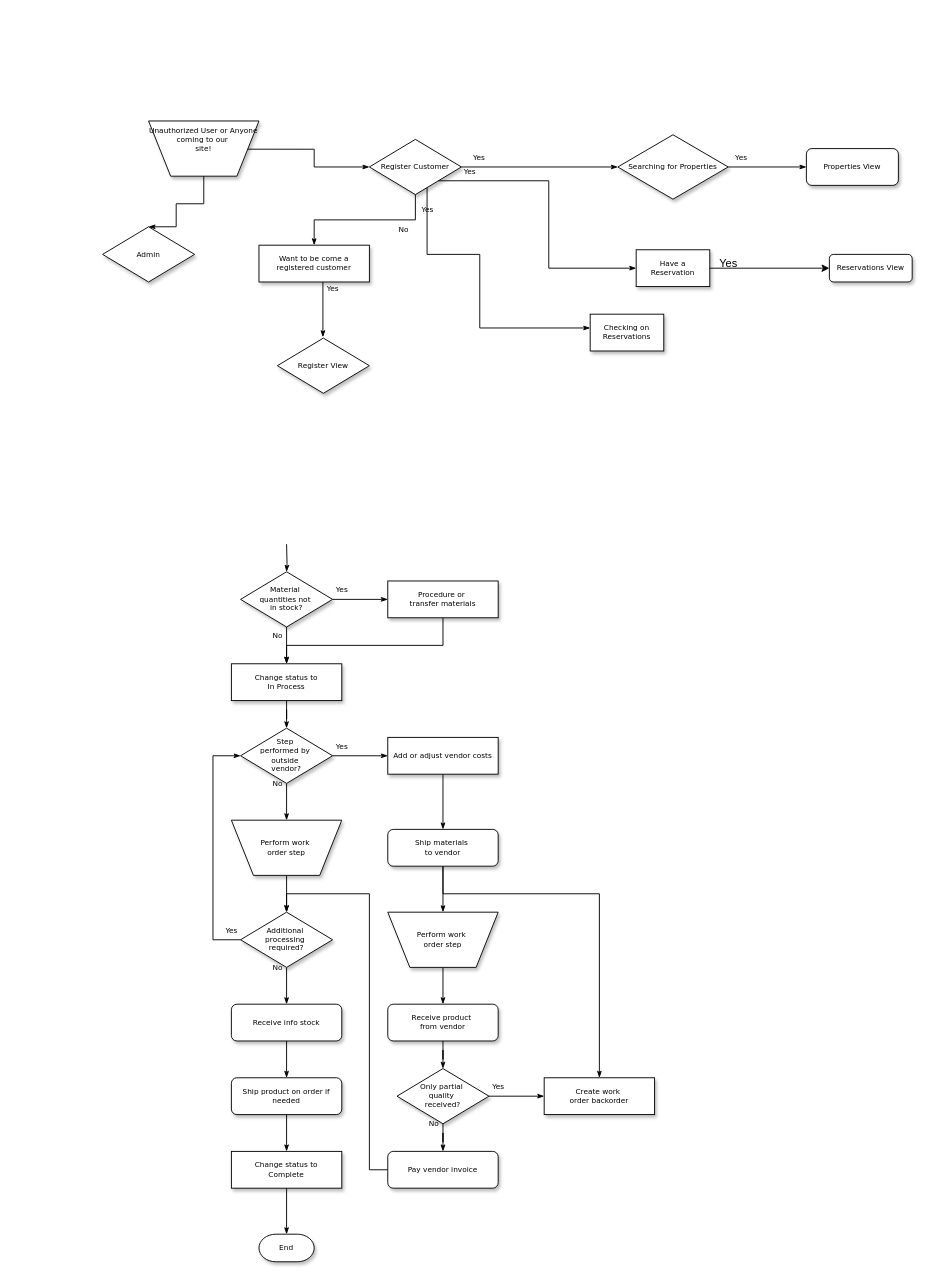
stambaughkarla/ASP.NET-Web-Dev-Competition keeps this draw.io diagram as Untitled Diagram.drawio. Above is the earlier version. Source tidied: cells renumbered, new cells numbered last; positions are measured from the earlier drawing's top-left corner, leaving out a move shared by most shapes. Both pictures are drawn from the tidied source at 92%, with x=0, y=0 at pixel (102, 121).
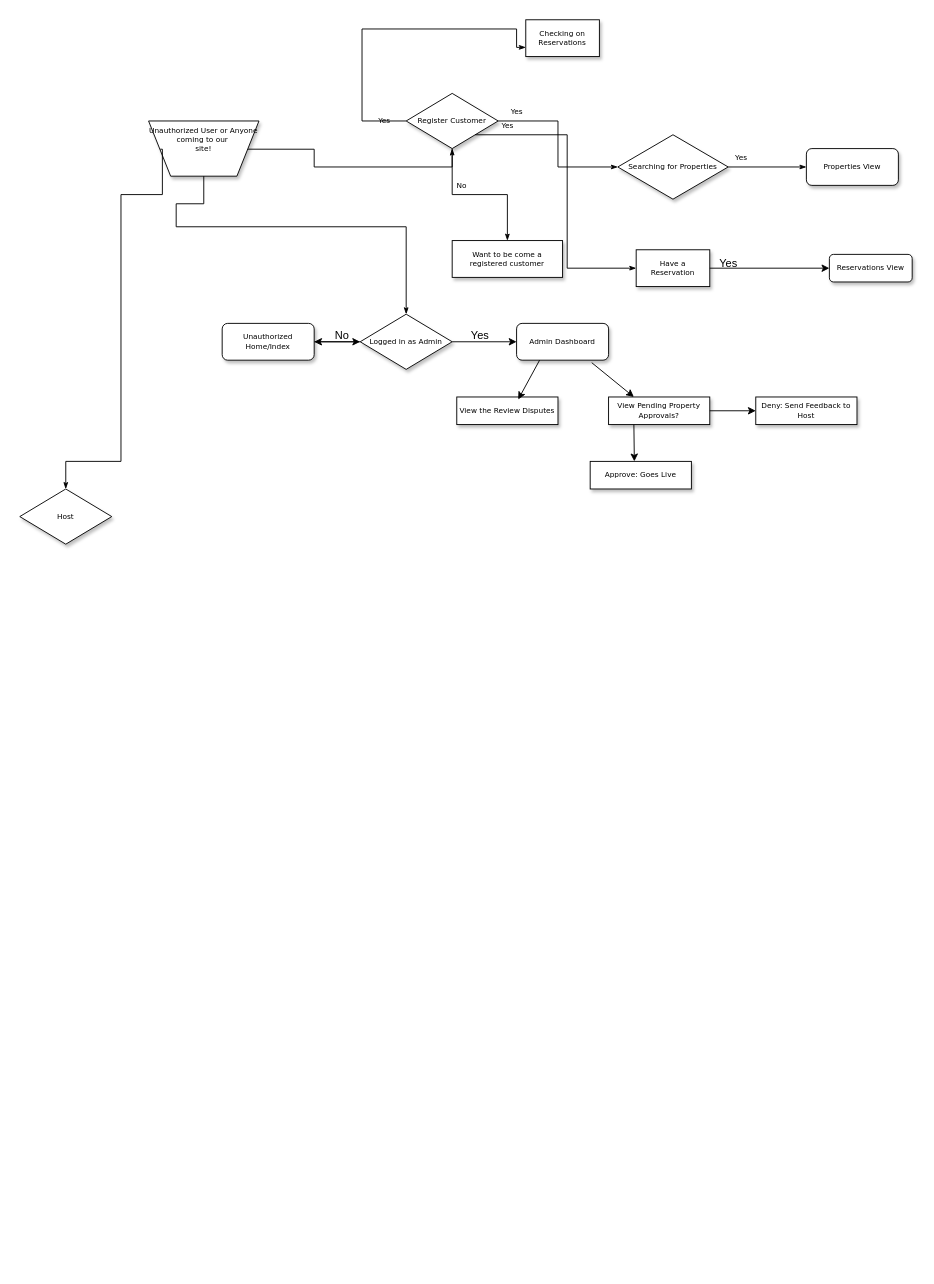
The same diagram, later.

The change refers to these unchanged cells:
```xml
<mxCell id="3" value="Unauthorized User or Anyone coming to our&amp;nbsp;&lt;div&gt;site!&lt;div&gt;&lt;br&gt;&lt;/div&gt;&lt;div&gt;&lt;br&gt;&lt;/div&gt;&lt;/div&gt;" style="shape=trapezoid;whiteSpace=wrap;html=1;rounded=0;shadow=1;labelBackgroundColor=none;strokeWidth=1;fontFamily=Verdana;fontSize=8;align=center;flipV=1;" parent="1" vertex="1">
  <mxGeometry x="50" width="120" height="60" as="geometry" />
</mxCell>
```

Diff of the diagram source:
```diff
@@
     <mxCell id="6" value="Register Customer" style="rhombus;whiteSpace=wrap;html=1;rounded=0;shadow=1;labelBackgroundColor=none;strokeWidth=1;fontFamily=Verdana;fontSize=8;align=center;" parent="1" vertex="1">
-      <mxGeometry x="290" y="20" width="100" height="60" as="geometry" />
+      <mxGeometry x="330" y="-30" width="100" height="60" as="geometry" />
     </mxCell>
@@
     <mxCell id="10" value="Want to be come a registered customer" style="whiteSpace=wrap;html=1;rounded=0;shadow=1;labelBackgroundColor=none;strokeWidth=1;fontFamily=Verdana;fontSize=8;align=center;" parent="1" vertex="1">
-      <mxGeometry x="170" y="135" width="120" height="40" as="geometry" />
+      <mxGeometry x="380" y="130" width="120" height="40" as="geometry" />
     </mxCell>
@@
-    <mxCell id="12" style="edgeStyle=orthogonalEdgeStyle;rounded=0;html=1;labelBackgroundColor=none;startSize=5;endArrow=classicThin;endFill=1;endSize=5;jettySize=auto;strokeWidth=1;fontFamily=Verdana;fontSize=8;" parent="1" edge="1" target="15">
-      <mxGeometry relative="1" as="geometry">
-        <mxPoint x="200" y="460" as="sourcePoint" />
-      </mxGeometry>
-    </mxCell>
-    <mxCell id="13" value="Yes" style="edgeStyle=orthogonalEdgeStyle;rounded=0;html=1;labelBackgroundColor=none;startSize=5;endArrow=classicThin;endFill=1;endSize=5;jettySize=auto;strokeWidth=1;fontFamily=Verdana;fontSize=8;" parent="1" edge="1" source="15" target="17">
-      <mxGeometry x="-0.67" y="10" relative="1" as="geometry" />
-    </mxCell>
-    <mxCell id="14" value="No" style="edgeStyle=orthogonalEdgeStyle;rounded=0;html=1;labelBackgroundColor=none;startSize=5;endArrow=classicThin;endFill=1;endSize=5;jettySize=auto;strokeWidth=1;fontFamily=Verdana;fontSize=8;" parent="1" edge="1" source="15" target="19">
-      <mxGeometry x="-0.5" y="-10" relative="1" as="geometry" />
-    </mxCell>
-    <mxCell id="15" value="Material&amp;nbsp;&lt;div&gt;quantities not&amp;nbsp;&lt;/div&gt;&lt;div&gt;in stock?&lt;/div&gt;" style="rhombus;whiteSpace=wrap;html=1;rounded=0;shadow=1;labelBackgroundColor=none;strokeWidth=1;fontFamily=Verdana;fontSize=8;align=center;" parent="1" vertex="1">
-      <mxGeometry x="150" y="490" width="100" height="60" as="geometry" />
-    </mxCell>
-    <mxCell id="16" style="edgeStyle=orthogonalEdgeStyle;rounded=0;html=1;labelBackgroundColor=none;startSize=5;endArrow=classicThin;endFill=1;endSize=5;jettySize=auto;strokeWidth=1;fontFamily=Verdana;fontSize=8;" parent="1" edge="1" source="17" target="19">
-      <mxGeometry relative="1" as="geometry">
-        <Array as="points">
-          <mxPoint x="370" y="570" />
-          <mxPoint x="200" y="570" />
-        </Array>
-      </mxGeometry>
-    </mxCell>
-    <mxCell id="17" value="Procedure or&amp;nbsp;&lt;div&gt;transfer materials&lt;/div&gt;" style="whiteSpace=wrap;html=1;rounded=0;shadow=1;labelBackgroundColor=none;strokeWidth=1;fontFamily=Verdana;fontSize=8;align=center;" parent="1" vertex="1">
-      <mxGeometry x="310" y="500" width="120" height="40" as="geometry" />
-    </mxCell>
-    <mxCell id="18" style="edgeStyle=orthogonalEdgeStyle;rounded=0;html=1;labelBackgroundColor=none;startSize=5;endArrow=classicThin;endFill=1;endSize=5;jettySize=auto;strokeWidth=1;fontFamily=Verdana;fontSize=8;" parent="1" edge="1" source="19" target="22">
-      <mxGeometry relative="1" as="geometry" />
-    </mxCell>
-    <mxCell id="19" value="Change status to&lt;div&gt;In Process&lt;/div&gt;" style="whiteSpace=wrap;html=1;rounded=0;shadow=1;labelBackgroundColor=none;strokeWidth=1;fontFamily=Verdana;fontSize=8;align=center;" parent="1" vertex="1">
-      <mxGeometry x="140" y="590" width="120" height="40" as="geometry" />
-    </mxCell>
-    <mxCell id="20" value="Yes" style="edgeStyle=orthogonalEdgeStyle;rounded=0;html=1;labelBackgroundColor=none;startSize=5;endArrow=classicThin;endFill=1;endSize=5;jettySize=auto;strokeWidth=1;fontFamily=Verdana;fontSize=8;" parent="1" edge="1" source="22" target="24">
-      <mxGeometry x="-0.67" y="10" relative="1" as="geometry" />
-    </mxCell>
-    <mxCell id="21" value="No" style="edgeStyle=orthogonalEdgeStyle;rounded=0;html=1;labelBackgroundColor=none;startSize=5;endArrow=classicThin;endFill=1;endSize=5;jettySize=auto;strokeWidth=1;fontFamily=Verdana;fontSize=8;" parent="1" edge="1" source="22" target="26">
-      <mxGeometry x="-1" y="-10" relative="1" as="geometry" />
-    </mxCell>
-    <mxCell id="22" value="Step&amp;nbsp;&lt;div&gt;performed by&amp;nbsp;&lt;/div&gt;&lt;div&gt;outside&amp;nbsp;&lt;/div&gt;&lt;div&gt;vendor?&lt;/div&gt;" style="rhombus;whiteSpace=wrap;html=1;rounded=0;shadow=1;labelBackgroundColor=none;strokeWidth=1;fontFamily=Verdana;fontSize=8;align=center;" parent="1" vertex="1">
-      <mxGeometry x="150" y="660" width="100" height="60" as="geometry" />
-    </mxCell>
-    <mxCell id="23" style="edgeStyle=orthogonalEdgeStyle;rounded=0;html=1;labelBackgroundColor=none;startSize=5;endArrow=classicThin;endFill=1;endSize=5;jettySize=auto;strokeWidth=1;fontFamily=Verdana;fontSize=8;" parent="1" edge="1" source="24" target="29">
-      <mxGeometry relative="1" as="geometry" />
-    </mxCell>
-    <mxCell id="24" value="Add or adjust vendor costs" style="whiteSpace=wrap;html=1;rounded=0;shadow=1;labelBackgroundColor=none;strokeWidth=1;fontFamily=Verdana;fontSize=8;align=center;" parent="1" vertex="1">
-      <mxGeometry x="310" y="670" width="120" height="40" as="geometry" />
-    </mxCell>
-    <mxCell id="25" style="edgeStyle=orthogonalEdgeStyle;rounded=0;html=1;labelBackgroundColor=none;startSize=5;endArrow=classicThin;endFill=1;endSize=5;jettySize=auto;strokeWidth=1;fontFamily=Verdana;fontSize=8;" parent="1" edge="1" source="26" target="32">
-      <mxGeometry relative="1" as="geometry" />
-    </mxCell>
-    <mxCell id="26" value="Perform work&amp;nbsp;&lt;div&gt;order step&lt;/div&gt;" style="shape=trapezoid;whiteSpace=wrap;html=1;rounded=0;shadow=1;labelBackgroundColor=none;strokeWidth=1;fontFamily=Verdana;fontSize=8;align=center;flipV=1;" parent="1" vertex="1">
-      <mxGeometry x="140" y="760" width="120" height="60" as="geometry" />
-    </mxCell>
-    <mxCell id="27" style="edgeStyle=orthogonalEdgeStyle;rounded=0;html=1;labelBackgroundColor=none;startSize=5;endArrow=classicThin;endFill=1;endSize=5;jettySize=auto;strokeWidth=1;fontFamily=Verdana;fontSize=8;" parent="1" edge="1" source="29" target="34">
-      <mxGeometry relative="1" as="geometry" />
-    </mxCell>
-    <mxCell id="28" style="edgeStyle=orthogonalEdgeStyle;rounded=0;html=1;labelBackgroundColor=none;startSize=5;endArrow=classicThin;endFill=1;endSize=5;jettySize=auto;strokeWidth=1;fontFamily=Verdana;fontSize=8;" parent="1" edge="1" source="29" target="44">
-      <mxGeometry relative="1" as="geometry">
-        <Array as="points">
-          <mxPoint x="370" y="840" />
-          <mxPoint x="540" y="840" />
-        </Array>
-      </mxGeometry>
-    </mxCell>
-    <mxCell id="29" value="Ship materials&amp;nbsp;&lt;div&gt;to vendor&lt;/div&gt;" style="rounded=1;whiteSpace=wrap;html=1;shadow=1;labelBackgroundColor=none;strokeWidth=1;fontFamily=Verdana;fontSize=8;align=center;" parent="1" vertex="1">
-      <mxGeometry x="310" y="770" width="120" height="40" as="geometry" />
-    </mxCell>
-    <mxCell id="30" value="Yes" style="edgeStyle=orthogonalEdgeStyle;rounded=0;html=1;labelBackgroundColor=none;startSize=5;endArrow=classicThin;endFill=1;endSize=5;jettySize=auto;strokeWidth=1;fontFamily=Verdana;fontSize=8;" parent="1" edge="1" source="32" target="22">
-      <mxGeometry x="-0.69" y="-20" relative="1" as="geometry">
-        <Array as="points">
-          <mxPoint x="120" y="890" />
-          <mxPoint x="120" y="690" />
-        </Array>
-      </mxGeometry>
-    </mxCell>
-    <mxCell id="31" value="No" style="edgeStyle=orthogonalEdgeStyle;rounded=0;html=1;labelBackgroundColor=none;startSize=5;endArrow=classicThin;endFill=1;endSize=5;jettySize=auto;strokeWidth=1;fontFamily=Verdana;fontSize=8;" parent="1" edge="1" source="32" target="36">
-      <mxGeometry x="-1" y="-10" relative="1" as="geometry" />
-    </mxCell>
-    <mxCell id="32" value="Additional&amp;nbsp;&lt;div&gt;processing&amp;nbsp;&lt;/div&gt;&lt;div&gt;required?&lt;/div&gt;" style="rhombus;whiteSpace=wrap;html=1;rounded=0;shadow=1;labelBackgroundColor=none;strokeWidth=1;fontFamily=Verdana;fontSize=8;align=center;" parent="1" vertex="1">
-      <mxGeometry x="150" y="860" width="100" height="60" as="geometry" />
-    </mxCell>
-    <mxCell id="33" style="edgeStyle=orthogonalEdgeStyle;rounded=0;html=1;labelBackgroundColor=none;startSize=5;endArrow=classicThin;endFill=1;endSize=5;jettySize=auto;strokeWidth=1;fontFamily=Verdana;fontSize=8;" parent="1" edge="1" source="34" target="38">
-      <mxGeometry relative="1" as="geometry" />
-    </mxCell>
-    <mxCell id="34" value="Perform work&amp;nbsp;&lt;div&gt;order step&lt;/div&gt;" style="shape=trapezoid;whiteSpace=wrap;html=1;rounded=0;shadow=1;labelBackgroundColor=none;strokeWidth=1;fontFamily=Verdana;fontSize=8;align=center;flipV=1;" parent="1" vertex="1">
-      <mxGeometry x="310" y="860" width="120" height="60" as="geometry" />
-    </mxCell>
-    <mxCell id="35" style="edgeStyle=orthogonalEdgeStyle;rounded=0;html=1;labelBackgroundColor=none;startSize=5;endArrow=classicThin;endFill=1;endSize=5;jettySize=auto;strokeWidth=1;fontFamily=Verdana;fontSize=8;" parent="1" edge="1" source="36" target="40">
-      <mxGeometry relative="1" as="geometry" />
-    </mxCell>
-    <mxCell id="36" value="Receive info stock" style="rounded=1;whiteSpace=wrap;html=1;shadow=1;labelBackgroundColor=none;strokeWidth=1;fontFamily=Verdana;fontSize=8;align=center;" parent="1" vertex="1">
-      <mxGeometry x="140" y="960" width="120" height="40" as="geometry" />
-    </mxCell>
-    <mxCell id="37" style="edgeStyle=orthogonalEdgeStyle;rounded=0;html=1;labelBackgroundColor=none;startSize=5;endArrow=classicThin;endFill=1;endSize=5;jettySize=auto;strokeWidth=1;fontFamily=Verdana;fontSize=8;" parent="1" edge="1" source="38" target="43">
-      <mxGeometry relative="1" as="geometry" />
-    </mxCell>
-    <mxCell id="38" value="Receive product&amp;nbsp;&lt;div&gt;from vendor&lt;/div&gt;" style="rounded=1;whiteSpace=wrap;html=1;shadow=1;labelBackgroundColor=none;strokeWidth=1;fontFamily=Verdana;fontSize=8;align=center;" parent="1" vertex="1">
-      <mxGeometry x="310" y="960" width="120" height="40" as="geometry" />
-    </mxCell>
-    <mxCell id="39" style="edgeStyle=orthogonalEdgeStyle;rounded=0;html=1;labelBackgroundColor=none;startSize=5;endArrow=classicThin;endFill=1;endSize=5;jettySize=auto;strokeWidth=1;fontFamily=Verdana;fontSize=8;" parent="1" edge="1" source="40" target="46">
-      <mxGeometry relative="1" as="geometry" />
-    </mxCell>
-    <mxCell id="40" value="Ship product on order if needed" style="rounded=1;whiteSpace=wrap;html=1;shadow=1;labelBackgroundColor=none;strokeWidth=1;fontFamily=Verdana;fontSize=8;align=center;" parent="1" vertex="1">
-      <mxGeometry x="140" y="1040" width="120" height="40" as="geometry" />
-    </mxCell>
-    <mxCell id="41" value="No" style="edgeStyle=orthogonalEdgeStyle;rounded=0;html=1;labelBackgroundColor=none;startSize=5;endArrow=classicThin;endFill=1;endSize=5;jettySize=auto;strokeWidth=1;fontFamily=Verdana;fontSize=8;" parent="1" edge="1" source="43" target="48">
-      <mxGeometry x="0.2" y="14" relative="1" as="geometry">
-        <mxPoint x="-24" y="-10" as="offset" />
-      </mxGeometry>
-    </mxCell>
-    <mxCell id="42" value="Yes" style="edgeStyle=orthogonalEdgeStyle;rounded=0;html=1;labelBackgroundColor=none;startSize=5;endArrow=classicThin;endFill=1;endSize=5;jettySize=auto;strokeWidth=1;fontFamily=Verdana;fontSize=8;" parent="1" edge="1" source="43" target="44">
-      <mxGeometry x="-0.67" y="10" relative="1" as="geometry" />
-    </mxCell>
-    <mxCell id="43" value="Only partial&amp;nbsp;&lt;div&gt;quality&amp;nbsp;&lt;/div&gt;&lt;div&gt;received?&lt;/div&gt;" style="rhombus;whiteSpace=wrap;html=1;rounded=0;shadow=1;labelBackgroundColor=none;strokeWidth=1;fontFamily=Verdana;fontSize=8;align=center;" parent="1" vertex="1">
-      <mxGeometry x="320" y="1030" width="100" height="60" as="geometry" />
-    </mxCell>
-    <mxCell id="44" value="Create work&amp;nbsp;&lt;div&gt;order backorder&lt;/div&gt;" style="whiteSpace=wrap;html=1;rounded=0;shadow=1;labelBackgroundColor=none;strokeWidth=1;fontFamily=Verdana;fontSize=8;align=center;" parent="1" vertex="1">
-      <mxGeometry x="480" y="1040" width="120" height="40" as="geometry" />
-    </mxCell>
-    <mxCell id="45" style="edgeStyle=orthogonalEdgeStyle;rounded=0;html=1;labelBackgroundColor=none;startSize=5;endArrow=classicThin;endFill=1;endSize=5;jettySize=auto;strokeWidth=1;fontFamily=Verdana;fontSize=8;" parent="1" edge="1" source="46" target="49">
-      <mxGeometry relative="1" as="geometry" />
-    </mxCell>
-    <mxCell id="46" value="Change status to&lt;div&gt;Complete&lt;/div&gt;" style="whiteSpace=wrap;html=1;rounded=0;shadow=1;labelBackgroundColor=none;strokeWidth=1;fontFamily=Verdana;fontSize=8;align=center;" parent="1" vertex="1">
-      <mxGeometry x="140" y="1120" width="120" height="40" as="geometry" />
-    </mxCell>
-    <mxCell id="47" style="edgeStyle=orthogonalEdgeStyle;rounded=0;html=1;labelBackgroundColor=none;startSize=5;endArrow=classicThin;endFill=1;endSize=5;jettySize=auto;strokeWidth=1;fontFamily=Verdana;fontSize=8;" parent="1" edge="1" source="48" target="32">
-      <mxGeometry relative="1" as="geometry">
-        <Array as="points">
-          <mxPoint x="290" y="1140" />
-          <mxPoint x="290" y="840" />
-          <mxPoint x="200" y="840" />
-        </Array>
-      </mxGeometry>
-    </mxCell>
-    <mxCell id="48" value="Pay vendor invoice" style="rounded=1;whiteSpace=wrap;html=1;shadow=1;labelBackgroundColor=none;strokeWidth=1;fontFamily=Verdana;fontSize=8;align=center;" parent="1" vertex="1">
-      <mxGeometry x="310" y="1120" width="120" height="40" as="geometry" />
-    </mxCell>
-    <mxCell id="49" value="End" style="strokeWidth=1;html=1;shape=mxgraph.flowchart.terminator;whiteSpace=wrap;rounded=0;shadow=1;labelBackgroundColor=none;fontFamily=Verdana;fontSize=8;align=center;" parent="1" vertex="1">
-      <mxGeometry x="170" y="1210" width="60" height="30" as="geometry" />
-    </mxCell>
@@
-    <mxCell id="52" value="Admin" style="rhombus;whiteSpace=wrap;html=1;rounded=0;shadow=1;labelBackgroundColor=none;strokeWidth=1;fontFamily=Verdana;fontSize=8;align=center;" parent="1" vertex="1">
-      <mxGeometry y="115" width="100" height="60" as="geometry" />
+    <mxCell id="52" value="Logged in as Admin" style="rhombus;whiteSpace=wrap;html=1;rounded=0;shadow=1;labelBackgroundColor=none;strokeWidth=1;fontFamily=Verdana;fontSize=8;align=center;" parent="1" vertex="1">
+      <mxGeometry x="280" y="210" width="100" height="60" as="geometry" />
     </mxCell>
@@
-    <mxCell id="54" value="Yes" style="edgeStyle=orthogonalEdgeStyle;rounded=0;html=1;labelBackgroundColor=none;startSize=5;endArrow=classicThin;endFill=1;endSize=5;jettySize=auto;orthogonalLoop=1;strokeWidth=1;fontFamily=Verdana;fontSize=8;" parent="1" edge="1">
-      <mxGeometry x="-0.78" y="10" relative="1" as="geometry">
-        <mxPoint x="239.5" y="175" as="sourcePoint" />
-        <mxPoint x="239.5" y="235" as="targetPoint" />
-      </mxGeometry>
-    </mxCell>
-    <mxCell id="55" value="Register View" style="rhombus;whiteSpace=wrap;html=1;rounded=0;shadow=1;labelBackgroundColor=none;strokeWidth=1;fontFamily=Verdana;fontSize=8;align=center;" parent="1" vertex="1">
-      <mxGeometry x="190" y="236" width="100" height="60" as="geometry" />
-    </mxCell>
@@
-    <mxCell id="58" value="Yes" style="edgeStyle=orthogonalEdgeStyle;rounded=0;html=1;labelBackgroundColor=none;startSize=5;endArrow=classicThin;endFill=1;endSize=5;jettySize=auto;strokeWidth=1;fontFamily=Verdana;fontSize=8;exitX=0.627;exitY=0.878;exitDx=0;exitDy=0;exitPerimeter=0;" parent="1" edge="1" source="6">
+    <mxCell id="58" value="Yes" style="edgeStyle=orthogonalEdgeStyle;rounded=0;html=1;labelBackgroundColor=none;startSize=5;endArrow=classicThin;endFill=1;endSize=5;jettySize=auto;strokeWidth=1;fontFamily=Verdana;fontSize=8;exitX=0;exitY=0.5;exitDx=0;exitDy=0;entryX=0;entryY=0.75;entryDx=0;entryDy=0;" parent="1" edge="1" source="6" target="59">
       <mxGeometry x="-0.86" relative="1" as="geometry">
-        <mxPoint x="530" y="225" as="targetPoint" />
         <Array as="points">
-          <mxPoint x="353" y="145" />
-          <mxPoint x="410" y="145" />
-          <mxPoint x="410" y="225" />
+          <mxPoint x="282" />
+          <mxPoint x="282" y="-100" />
+          <mxPoint x="450" y="-100" />
+          <mxPoint x="450" y="-80" />
         </Array>
       </mxGeometry>
     </mxCell>
     <mxCell id="59" value="Checking on Reservations" style="whiteSpace=wrap;html=1;rounded=0;shadow=1;labelBackgroundColor=none;strokeWidth=1;fontFamily=Verdana;fontSize=8;align=center;" parent="1" vertex="1">
-      <mxGeometry x="530" y="210" width="80" height="40" as="geometry" />
+      <mxGeometry x="460" y="-110" width="80" height="40" as="geometry" />
     </mxCell>
+    <mxCell id="60" value="Host" style="rhombus;whiteSpace=wrap;html=1;rounded=0;shadow=1;labelBackgroundColor=none;strokeWidth=1;fontFamily=Verdana;fontSize=8;align=center;" parent="1" vertex="1">
+      <mxGeometry x="-90" y="400" width="100" height="60" as="geometry" />
+    </mxCell>
+    <mxCell id="61" style="edgeStyle=orthogonalEdgeStyle;rounded=0;html=1;labelBackgroundColor=none;startSize=5;endArrow=classicThin;endFill=1;endSize=5;jettySize=auto;strokeWidth=1;fontFamily=Verdana;fontSize=8;exitX=0.106;exitY=0.489;exitDx=0;exitDy=0;exitPerimeter=0;entryX=0.5;entryY=0;entryDx=0;entryDy=0;" parent="1" edge="1" source="3" target="60">
+      <mxGeometry relative="1" as="geometry">
+        <Array as="points">
+          <mxPoint x="65" y="31" />
+          <mxPoint x="65" y="80" />
+          <mxPoint x="20" y="80" />
+          <mxPoint x="20" y="370" />
+          <mxPoint x="-40" y="370" />
+        </Array>
+      </mxGeometry>
+    </mxCell>
+    <mxCell id="62" value="View Pending Property Approvals?" style="whiteSpace=wrap;html=1;rounded=0;shadow=1;labelBackgroundColor=none;strokeWidth=1;fontFamily=Verdana;fontSize=8;align=center;" parent="1" vertex="1">
+      <mxGeometry x="550" y="300" width="110" height="30" as="geometry" />
+    </mxCell>
+    <mxCell id="63" value="View the Review Disputes" style="whiteSpace=wrap;html=1;rounded=0;shadow=1;labelBackgroundColor=none;strokeWidth=1;fontFamily=Verdana;fontSize=8;align=center;" parent="1" vertex="1">
+      <mxGeometry x="385" y="300" width="110" height="30" as="geometry" />
+    </mxCell>
+    <mxCell id="64" style="endArrow=classic;html=1;rounded=0;exitX=0;exitY=0.5;exitDx=0;exitDy=0;" parent="1" edge="1" source="52">
+      <mxGeometry relative="1" as="geometry">
+        <mxPoint x="230" y="240" as="targetPoint" />
+      </mxGeometry>
+    </mxCell>
+    <mxCell id="65" style="edgeStyle=orthogonalEdgeStyle;rounded=0;jettySize=auto;html=1;" parent="1" edge="1" source="66" target="52">
+      <mxGeometry relative="1" as="geometry" />
+    </mxCell>
+    <mxCell id="66" value="Unauthorized Home/Index" style="rounded=1;whiteSpace=wrap;html=1;shadow=1;labelBackgroundColor=none;strokeWidth=1;fontFamily=Verdana;fontSize=8;align=center;" parent="1" vertex="1">
+      <mxGeometry x="130" y="220" width="100" height="40" as="geometry" />
+    </mxCell>
+    <mxCell id="67" value="No" style="text;html=1;align=center;verticalAlign=middle;strokeColor=none;fillColor=none;" parent="1" vertex="1">
+      <mxGeometry x="240" y="218" width="40" height="30" as="geometry" />
+    </mxCell>
+    <mxCell id="68" value="Yes" style="text;html=1;align=center;verticalAlign=middle;strokeColor=none;fillColor=none;" parent="1" vertex="1">
+      <mxGeometry x="390" y="218" width="40" height="30" as="geometry" />
+    </mxCell>
+    <mxCell id="69" style="endArrow=classic;html=1;rounded=0;" parent="1" edge="1">
+      <mxGeometry relative="1" as="geometry">
+        <mxPoint x="380" y="240" as="sourcePoint" />
+        <mxPoint x="450" y="240" as="targetPoint" />
+      </mxGeometry>
+    </mxCell>
+    <mxCell id="70" value="Admin Dashboard" style="rounded=1;whiteSpace=wrap;html=1;shadow=1;labelBackgroundColor=none;strokeWidth=1;fontFamily=Verdana;fontSize=8;align=center;" parent="1" vertex="1">
+      <mxGeometry x="450" y="220" width="100" height="40" as="geometry" />
+    </mxCell>
+    <mxCell id="71" style="endArrow=classic;html=1;rounded=0;exitX=0.25;exitY=1;exitDx=0;exitDy=0;entryX=0.607;entryY=0.091;entryDx=0;entryDy=0;entryPerimeter=0;" parent="1" edge="1" source="70" target="63">
+      <mxGeometry relative="1" as="geometry" />
+    </mxCell>
+    <mxCell id="72" style="endArrow=classic;html=1;rounded=0;exitX=0.817;exitY=1.068;exitDx=0;exitDy=0;entryX=0.25;entryY=0;entryDx=0;entryDy=0;exitPerimeter=0;" parent="1" edge="1" source="70" target="62">
+      <mxGeometry relative="1" as="geometry" />
+    </mxCell>
+    <mxCell id="73" style="endArrow=classic;html=1;rounded=0;exitX=0.25;exitY=1;exitDx=0;exitDy=0;" parent="1" edge="1" source="62">
+      <mxGeometry relative="1" as="geometry">
+        <mxPoint x="578" y="370" as="targetPoint" />
+      </mxGeometry>
+    </mxCell>
+    <mxCell id="74" value="Approve: Goes Live" style="whiteSpace=wrap;html=1;rounded=0;shadow=1;labelBackgroundColor=none;strokeWidth=1;fontFamily=Verdana;fontSize=8;align=center;" parent="1" vertex="1">
+      <mxGeometry x="530" y="370" width="110" height="30" as="geometry" />
+    </mxCell>
+    <mxCell id="75" style="endArrow=classic;html=1;rounded=0;exitX=1;exitY=0.5;exitDx=0;exitDy=0;" parent="1" edge="1" source="62">
+      <mxGeometry relative="1" as="geometry">
+        <mxPoint x="710" y="315" as="targetPoint" />
+      </mxGeometry>
+    </mxCell>
+    <mxCell id="76" value="Deny: Send Feedback to Host" style="whiteSpace=wrap;html=1;rounded=0;shadow=1;labelBackgroundColor=none;strokeWidth=1;fontFamily=Verdana;fontSize=8;align=center;" parent="1" vertex="1">
+      <mxGeometry x="710" y="300" width="110" height="30" as="geometry" />
+    </mxCell>
```
